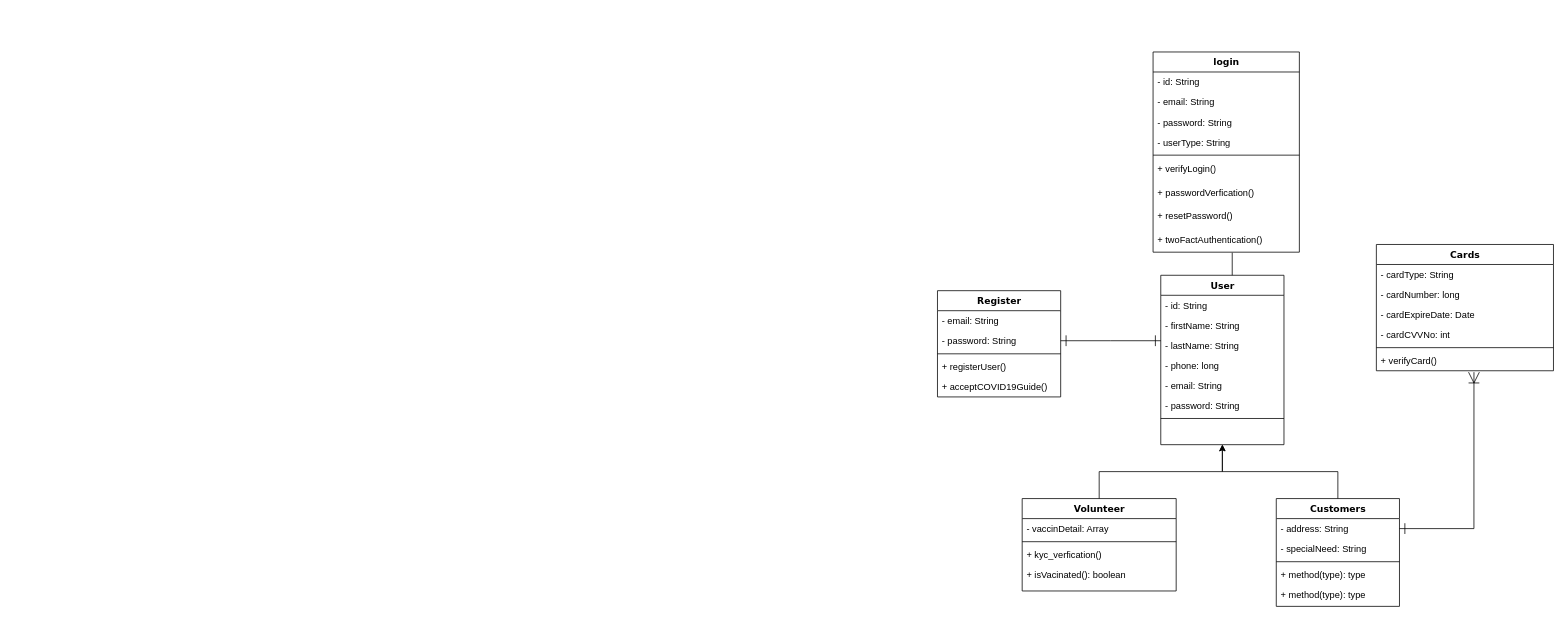
This is Soft40091 CWK - Class Diagram.drawio from AnjeloM/AnjeloM, a draw.io file, before an edit. Source tidied: cells renumbered, new cells numbered last; positions are measured from the earlier drawing's top-left corner, leaving out a move shared by most shapes. Both pictures are drawn from the tidied source at 77%, with x=0, y=0 at pixel (937, 52).
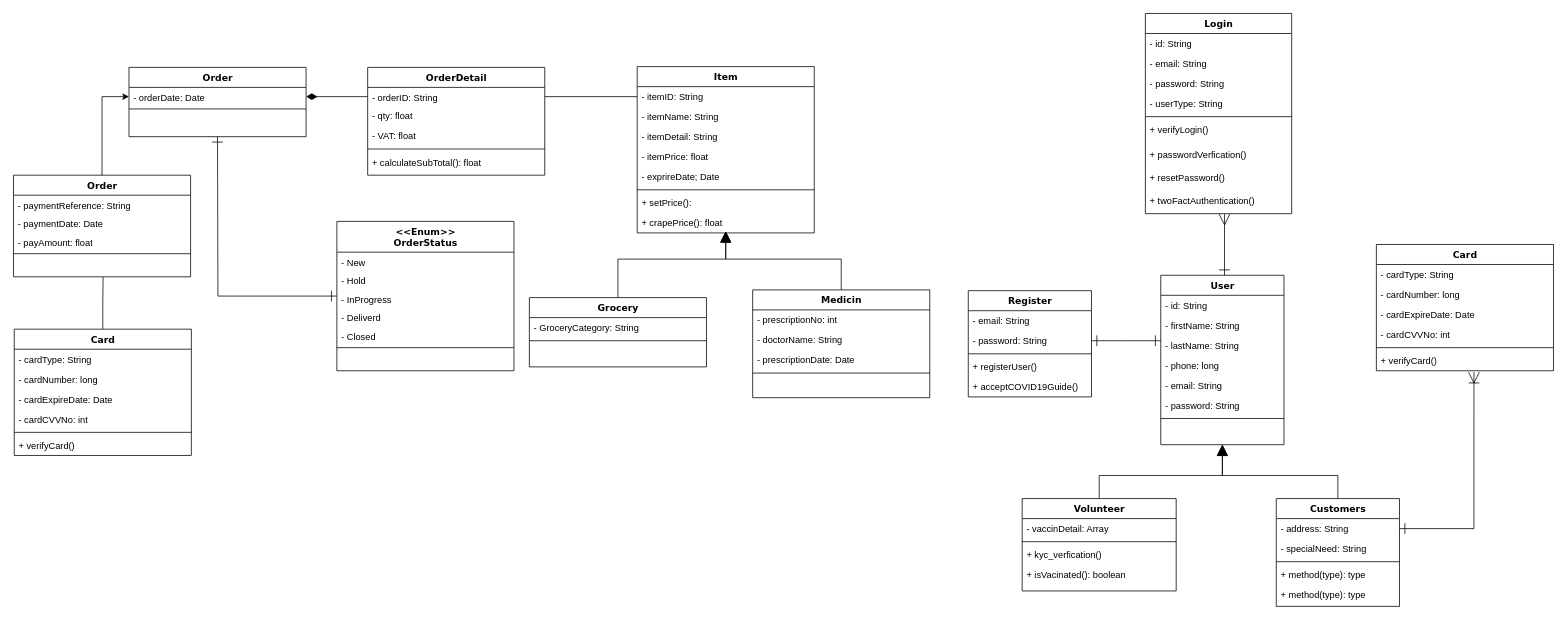
The same diagram, later.

Unchanged cells that the change refers to:
```xml
<mxCell id="3" value="User" style="swimlane;html=1;fontStyle=1;align=center;verticalAlign=top;horizontal=1;startSize=26;swimlaneFillColor=#ffffff;rounded=0;shadow=0;comic=0;labelBackgroundColor=none;strokeWidth=1;fillColor=none;fontFamily=Verdana;fontSize=12;" parent="1" vertex="1">
  <mxGeometry x="290" y="290" width="160" height="220" as="geometry" />
</mxCell>
<mxCell id="12" value="Customers" style="swimlane;html=1;fontStyle=1;align=center;verticalAlign=top;horizontal=1;startSize=26;swimlaneFillColor=#ffffff;rounded=0;shadow=0;comic=0;labelBackgroundColor=none;strokeWidth=1;fillColor=none;fontFamily=Verdana;fontSize=12;" parent="1" vertex="1">
  <mxGeometry x="440" y="580" width="160" height="140" as="geometry" />
</mxCell>
<mxCell id="27" value="+ twoFactAuthentication()" style="text;html=1;strokeColor=none;fillColor=none;align=left;verticalAlign=top;spacingLeft=4;spacingRight=4;whiteSpace=wrap;overflow=hidden;points=[[0,0.5],[1,0.5]];portConstraint=eastwest;" parent="18" vertex="1">
  <mxGeometry y="230" width="190" height="30" as="geometry" />
</mxCell>
<mxCell id="29" value="Volunteer" style="swimlane;html=1;fontStyle=1;align=center;verticalAlign=top;horizontal=1;startSize=26;swimlaneFillColor=#ffffff;rounded=0;shadow=0;comic=0;labelBackgroundColor=none;strokeWidth=1;fillColor=none;fontFamily=Verdana;fontSize=12;" parent="1" vertex="1">
  <mxGeometry x="110" y="580" width="200" height="120" as="geometry" />
</mxCell>
```

Change to the diagram source:
```diff
@@
-    <mxCell id="2" style="edgeStyle=orthogonalEdgeStyle;rounded=0;jettySize=auto;html=1;entryX=0.541;entryY=1.017;entryDx=0;entryDy=0;entryPerimeter=0;endArrow=none;endFill=0;" parent="1" edge="1" source="3" target="27">
+    <mxCell id="2" style="edgeStyle=orthogonalEdgeStyle;rounded=0;jettySize=auto;html=1;entryX=0.541;entryY=1.017;entryDx=0;entryDy=0;entryPerimeter=0;endArrow=ERmany;endFill=0;startArrow=ERone;startFill=0;endSize=12;startSize=12;" parent="1" edge="1" source="3" target="27">
       <mxGeometry relative="1" as="geometry">
         <Array as="points">
           <mxPoint x="369" y="340" />
           <mxPoint x="369" y="340" />
         </Array>
       </mxGeometry>
     </mxCell>
@@
-    <mxCell id="11" style="edgeStyle=orthogonalEdgeStyle;rounded=0;jettySize=auto;html=1;entryX=0.5;entryY=1;entryDx=0;entryDy=0;" parent="1" edge="1" source="12" target="3">
+    <mxCell id="11" style="edgeStyle=orthogonalEdgeStyle;rounded=0;jettySize=auto;html=1;entryX=0.5;entryY=1;entryDx=0;entryDy=0;endSize=12;startSize=12;endArrow=block;endFill=1;" parent="1" edge="1" source="12" target="3">
       <mxGeometry relative="1" as="geometry" />
     </mxCell>
@@
-    <mxCell id="18" value="login" style="swimlane;html=1;fontStyle=1;align=center;verticalAlign=top;horizontal=1;startSize=26;swimlaneFillColor=#ffffff;rounded=0;shadow=0;comic=0;labelBackgroundColor=none;strokeWidth=1;fillColor=none;fontFamily=Verdana;fontSize=12;" parent="1" vertex="1">
-      <mxGeometry x="280" width="190" height="260" as="geometry" />
+    <mxCell id="18" value="Login" style="swimlane;html=1;fontStyle=1;align=center;verticalAlign=top;horizontal=1;startSize=26;swimlaneFillColor=#ffffff;rounded=0;shadow=0;comic=0;labelBackgroundColor=none;strokeWidth=1;fillColor=none;fontFamily=Verdana;fontSize=12;" parent="1" vertex="1">
+      <mxGeometry x="270" y="-50" width="190" height="260" as="geometry" />
     </mxCell>
@@
-    <mxCell id="28" style="edgeStyle=orthogonalEdgeStyle;rounded=0;jettySize=auto;html=1;entryX=0.5;entryY=1;entryDx=0;entryDy=0;" parent="1" edge="1" source="29" target="3">
+    <mxCell id="28" style="edgeStyle=orthogonalEdgeStyle;rounded=0;jettySize=auto;html=1;entryX=0.5;entryY=1;entryDx=0;entryDy=0;endSize=12;startSize=12;endArrow=block;endFill=1;" parent="1" edge="1" source="29" target="3">
       <mxGeometry relative="1" as="geometry" />
     </mxCell>
@@
-    <mxCell id="34" value="Cards" style="swimlane;html=1;fontStyle=1;align=center;verticalAlign=top;horizontal=1;startSize=26;swimlaneFillColor=#ffffff;rounded=0;shadow=0;comic=0;labelBackgroundColor=none;strokeWidth=1;fillColor=none;fontFamily=Verdana;fontSize=12;" parent="1" vertex="1">
+    <mxCell id="34" value="Card" style="swimlane;html=1;fontStyle=1;align=center;verticalAlign=top;horizontal=1;startSize=26;swimlaneFillColor=#ffffff;rounded=0;shadow=0;comic=0;labelBackgroundColor=none;strokeWidth=1;fillColor=none;fontFamily=Verdana;fontSize=12;" parent="1" vertex="1">
       <mxGeometry x="570" y="250" width="230" height="164" as="geometry" />
     </mxCell>
@@
     <mxCell id="41" value="Register" style="swimlane;html=1;fontStyle=1;align=center;verticalAlign=top;horizontal=1;startSize=26;swimlaneFillColor=#ffffff;rounded=0;shadow=0;comic=0;labelBackgroundColor=none;strokeWidth=1;fillColor=none;fontFamily=Verdana;fontSize=12;" parent="1" vertex="1">
-      <mxGeometry y="310" width="160" height="138" as="geometry" />
+      <mxGeometry x="40" y="310" width="160" height="138" as="geometry" />
     </mxCell>
@@
+    <mxCell id="49" value="Item" style="swimlane;html=1;fontStyle=1;align=center;verticalAlign=top;horizontal=1;startSize=26;swimlaneFillColor=#ffffff;rounded=0;shadow=0;comic=0;labelBackgroundColor=none;strokeWidth=1;fillColor=none;fontFamily=Verdana;fontSize=12;" parent="1" vertex="1">
+      <mxGeometry x="-390" y="19" width="230" height="216" as="geometry" />
+    </mxCell>
+    <mxCell id="50" value="- itemID: String" style="text;html=1;strokeColor=none;fillColor=none;align=left;verticalAlign=top;spacingLeft=4;spacingRight=4;whiteSpace=wrap;overflow=hidden;points=[[0,0.5],[1,0.5]];portConstraint=eastwest;" parent="49" vertex="1">
+      <mxGeometry y="26" width="230" height="26" as="geometry" />
+    </mxCell>
+    <mxCell id="51" value="- itemName: String" style="text;html=1;strokeColor=none;fillColor=none;align=left;verticalAlign=top;spacingLeft=4;spacingRight=4;whiteSpace=wrap;overflow=hidden;" parent="49" vertex="1">
+      <mxGeometry y="52" width="230" height="26" as="geometry" />
+    </mxCell>
+    <mxCell id="52" value="- itemDetail: String" style="text;html=1;strokeColor=none;fillColor=none;align=left;verticalAlign=top;spacingLeft=4;spacingRight=4;whiteSpace=wrap;overflow=hidden;" parent="49" vertex="1">
+      <mxGeometry y="78" width="230" height="26" as="geometry" />
+    </mxCell>
+    <mxCell id="53" value="- itemPrice: float" style="text;html=1;strokeColor=none;fillColor=none;align=left;verticalAlign=top;spacingLeft=4;spacingRight=4;whiteSpace=wrap;overflow=hidden;" parent="49" vertex="1">
+      <mxGeometry y="104" width="230" height="26" as="geometry" />
+    </mxCell>
+    <mxCell id="54" value="- exprireDate; Date" style="text;html=1;strokeColor=none;fillColor=none;align=left;verticalAlign=top;spacingLeft=4;spacingRight=4;whiteSpace=wrap;overflow=hidden;" parent="49" vertex="1">
+      <mxGeometry y="130" width="230" height="26" as="geometry" />
+    </mxCell>
+    <mxCell id="55" style="line;html=1;strokeWidth=1;fillColor=none;align=left;verticalAlign=middle;spacingTop=-1;spacingLeft=3;spacingRight=3;labelPosition=right;" parent="49" vertex="1">
+      <mxGeometry y="156" width="230" height="8" as="geometry" />
+    </mxCell>
+    <mxCell id="56" value="+ setPrice():" style="text;html=1;strokeColor=none;fillColor=none;align=left;verticalAlign=top;spacingLeft=4;spacingRight=4;whiteSpace=wrap;overflow=hidden;" parent="49" vertex="1">
+      <mxGeometry y="164" width="230" height="26" as="geometry" />
+    </mxCell>
+    <mxCell id="57" value="+ crapePrice(): float&amp;nbsp;" style="text;html=1;strokeColor=none;fillColor=none;align=left;verticalAlign=top;spacingLeft=4;spacingRight=4;whiteSpace=wrap;overflow=hidden;" parent="49" vertex="1">
+      <mxGeometry y="190" width="230" height="26" as="geometry" />
+    </mxCell>
+    <mxCell id="58" style="edgeStyle=orthogonalEdgeStyle;rounded=0;jettySize=auto;html=1;entryX=0.5;entryY=1;entryDx=0;entryDy=0;endSize=12;startSize=12;endArrow=block;endFill=1;" parent="1" edge="1" source="59">
+      <mxGeometry relative="1" as="geometry">
+        <mxPoint x="-275" y="233" as="targetPoint" />
+        <Array as="points">
+          <mxPoint x="-125" y="269" />
+          <mxPoint x="-275" y="269" />
+        </Array>
+      </mxGeometry>
+    </mxCell>
+    <mxCell id="59" value="Medicin" style="swimlane;html=1;fontStyle=1;align=center;verticalAlign=top;horizontal=1;startSize=26;swimlaneFillColor=#ffffff;rounded=0;shadow=0;comic=0;labelBackgroundColor=none;strokeWidth=1;fillColor=none;fontFamily=Verdana;fontSize=12;" parent="1" vertex="1">
+      <mxGeometry x="-240" y="309" width="230" height="140" as="geometry" />
+    </mxCell>
+    <mxCell id="60" value="- prescriptionNo: int" style="text;html=1;strokeColor=none;fillColor=none;align=left;verticalAlign=top;spacingLeft=4;spacingRight=4;whiteSpace=wrap;overflow=hidden;" parent="59" vertex="1">
+      <mxGeometry y="26" width="230" height="26" as="geometry" />
+    </mxCell>
+    <mxCell id="61" value="- doctorName: String&amp;nbsp;" style="text;html=1;strokeColor=none;fillColor=none;align=left;verticalAlign=top;spacingLeft=4;spacingRight=4;whiteSpace=wrap;overflow=hidden;" parent="59" vertex="1">
+      <mxGeometry y="52" width="230" height="26" as="geometry" />
+    </mxCell>
+    <mxCell id="62" value="- prescriptionDate: Date" style="text;html=1;strokeColor=none;fillColor=none;align=left;verticalAlign=top;spacingLeft=4;spacingRight=4;whiteSpace=wrap;overflow=hidden;" parent="59" vertex="1">
+      <mxGeometry y="78" width="230" height="26" as="geometry" />
+    </mxCell>
+    <mxCell id="63" style="line;html=1;strokeWidth=1;fillColor=none;align=left;verticalAlign=middle;spacingTop=-1;spacingLeft=3;spacingRight=3;labelPosition=right;" parent="59" vertex="1">
+      <mxGeometry y="104" width="230" height="8" as="geometry" />
+    </mxCell>
+    <mxCell id="64" value="&amp;nbsp;" style="text;html=1;strokeColor=none;fillColor=none;align=left;verticalAlign=top;spacingLeft=4;spacingRight=4;whiteSpace=wrap;overflow=hidden;" parent="59" vertex="1">
+      <mxGeometry y="112" width="230" height="26" as="geometry" />
+    </mxCell>
+    <mxCell id="65" value="Grocery" style="swimlane;html=1;fontStyle=1;align=center;verticalAlign=top;horizontal=1;startSize=26;swimlaneFillColor=#ffffff;rounded=0;shadow=0;comic=0;labelBackgroundColor=none;strokeWidth=1;fillColor=none;fontFamily=Verdana;fontSize=12;" parent="1" vertex="1">
+      <mxGeometry x="-530" y="319" width="230" height="90" as="geometry" />
+    </mxCell>
+    <mxCell id="66" value="- GroceryCategory: String" style="text;html=1;strokeColor=none;fillColor=none;align=left;verticalAlign=top;spacingLeft=4;spacingRight=4;whiteSpace=wrap;overflow=hidden;" parent="65" vertex="1">
+      <mxGeometry y="26" width="230" height="26" as="geometry" />
+    </mxCell>
+    <mxCell id="67" style="line;html=1;strokeWidth=1;fillColor=none;align=left;verticalAlign=middle;spacingTop=-1;spacingLeft=3;spacingRight=3;labelPosition=right;" parent="65" vertex="1">
+      <mxGeometry y="52" width="230" height="8" as="geometry" />
+    </mxCell>
+    <mxCell id="68" value="&amp;nbsp;" style="text;html=1;strokeColor=none;fillColor=none;align=left;verticalAlign=top;spacingLeft=4;spacingRight=4;whiteSpace=wrap;overflow=hidden;" parent="65" vertex="1">
+      <mxGeometry y="60" width="230" height="26" as="geometry" />
+    </mxCell>
+    <mxCell id="69" style="edgeStyle=orthogonalEdgeStyle;rounded=0;jettySize=auto;html=1;entryX=0.5;entryY=1;entryDx=0;entryDy=0;endSize=12;startSize=12;endArrow=block;endFill=1;" parent="1" edge="1" source="65">
+      <mxGeometry relative="1" as="geometry">
+        <mxPoint x="-275" y="233" as="targetPoint" />
+        <Array as="points">
+          <mxPoint x="-415" y="269" />
+          <mxPoint x="-275" y="269" />
+        </Array>
+      </mxGeometry>
+    </mxCell>
+    <mxCell id="70" value="OrderDetail" style="swimlane;html=1;fontStyle=1;align=center;verticalAlign=top;horizontal=1;startSize=26;swimlaneFillColor=#ffffff;rounded=0;shadow=0;comic=0;labelBackgroundColor=none;strokeWidth=1;fillColor=none;fontFamily=Verdana;fontSize=12;" parent="1" vertex="1">
+      <mxGeometry x="-740" y="20" width="230" height="140" as="geometry" />
+    </mxCell>
+    <mxCell id="71" value="- orderID: String" style="text;html=1;strokeColor=none;fillColor=none;align=left;verticalAlign=top;spacingLeft=4;spacingRight=4;whiteSpace=wrap;overflow=hidden;points=[[0,0.5],[1,0.5]];portConstraint=eastwest;" parent="70" vertex="1">
+      <mxGeometry y="26" width="230" height="24" as="geometry" />
+    </mxCell>
+    <mxCell id="72" value="- qty: float" style="text;html=1;strokeColor=none;fillColor=none;align=left;verticalAlign=top;spacingLeft=4;spacingRight=4;whiteSpace=wrap;overflow=hidden;" parent="70" vertex="1">
+      <mxGeometry y="50" width="230" height="26" as="geometry" />
+    </mxCell>
+    <mxCell id="73" value="- VAT: float" style="text;html=1;strokeColor=none;fillColor=none;align=left;verticalAlign=top;spacingLeft=4;spacingRight=4;whiteSpace=wrap;overflow=hidden;" parent="70" vertex="1">
+      <mxGeometry y="76" width="230" height="26" as="geometry" />
+    </mxCell>
+    <mxCell id="74" style="line;html=1;strokeWidth=1;fillColor=none;align=left;verticalAlign=middle;spacingTop=-1;spacingLeft=3;spacingRight=3;labelPosition=right;" parent="70" vertex="1">
+      <mxGeometry y="102" width="230" height="8" as="geometry" />
+    </mxCell>
+    <mxCell id="75" value="+ calculateSubTotal(): float" style="text;html=1;strokeColor=none;fillColor=none;align=left;verticalAlign=top;spacingLeft=4;spacingRight=4;whiteSpace=wrap;overflow=hidden;" parent="70" vertex="1">
+      <mxGeometry y="110" width="230" height="26" as="geometry" />
+    </mxCell>
+    <mxCell id="76" value="Order" style="swimlane;html=1;fontStyle=1;align=center;verticalAlign=top;horizontal=1;startSize=26;swimlaneFillColor=#ffffff;rounded=0;shadow=0;comic=0;labelBackgroundColor=none;strokeWidth=1;fillColor=none;fontFamily=Verdana;fontSize=12;" parent="1" vertex="1">
+      <mxGeometry x="-1050" y="20" width="230" height="90" as="geometry" />
+    </mxCell>
+    <mxCell id="77" value="- orderDate: Date" style="text;html=1;strokeColor=none;fillColor=none;align=left;verticalAlign=top;spacingLeft=4;spacingRight=4;whiteSpace=wrap;overflow=hidden;points=[[0,0.5],[1,0.5]];portConstraint=eastwest;" parent="76" vertex="1">
+      <mxGeometry y="26" width="230" height="24" as="geometry" />
+    </mxCell>
+    <mxCell id="78" style="line;html=1;strokeWidth=1;fillColor=none;align=left;verticalAlign=middle;spacingTop=-1;spacingLeft=3;spacingRight=3;labelPosition=right;" parent="76" vertex="1">
+      <mxGeometry y="50" width="230" height="8" as="geometry" />
+    </mxCell>
+    <mxCell id="79" value="&amp;nbsp;" style="text;html=1;strokeColor=none;fillColor=none;align=left;verticalAlign=top;spacingLeft=4;spacingRight=4;whiteSpace=wrap;overflow=hidden;" parent="76" vertex="1">
+      <mxGeometry y="58" width="230" height="26" as="geometry" />
+    </mxCell>
+    <mxCell id="80" style="rounded=0;jettySize=auto;html=1;entryX=1;entryY=0.5;entryDx=0;entryDy=0;endArrow=diamondThin;endFill=1;endSize=12;startSize=12;" parent="1" edge="1" source="71" target="77">
+      <mxGeometry relative="1" as="geometry" />
+    </mxCell>
+    <mxCell id="81" style="edgeStyle=orthogonalEdgeStyle;rounded=0;jettySize=auto;html=1;entryX=1;entryY=0.5;entryDx=0;entryDy=0;endArrow=none;endFill=0;" parent="1" edge="1" source="50" target="71">
+      <mxGeometry relative="1" as="geometry" />
+    </mxCell>
+    <mxCell id="82" style="edgeStyle=orthogonalEdgeStyle;rounded=0;jettySize=auto;html=1;endArrow=ERone;endFill=0;startArrow=ERone;startFill=0;endSize=12;startSize=12;" parent="1" edge="1" source="83">
+      <mxGeometry relative="1" as="geometry">
+        <mxPoint x="-935" y="110" as="targetPoint" />
+      </mxGeometry>
+    </mxCell>
+    <mxCell id="83" value="&amp;lt;&amp;lt;Enum&amp;gt;&amp;gt;&lt;div&gt;OrderStatus&lt;/div&gt;" style="swimlane;html=1;fontStyle=1;align=center;verticalAlign=top;horizontal=1;startSize=40;swimlaneFillColor=#ffffff;rounded=0;shadow=0;comic=0;labelBackgroundColor=none;strokeWidth=1;fillColor=none;fontFamily=Verdana;fontSize=12;" parent="1" vertex="1">
+      <mxGeometry x="-780" y="220" width="230" height="194" as="geometry" />
+    </mxCell>
+    <mxCell id="84" value="- New" style="text;html=1;strokeColor=none;fillColor=none;align=left;verticalAlign=top;spacingLeft=4;spacingRight=4;whiteSpace=wrap;overflow=hidden;" parent="83" vertex="1">
+      <mxGeometry y="40" width="230" height="24" as="geometry" />
+    </mxCell>
+    <mxCell id="85" value="- Hold" style="text;html=1;strokeColor=none;fillColor=none;align=left;verticalAlign=top;spacingLeft=4;spacingRight=4;whiteSpace=wrap;overflow=hidden;" parent="83" vertex="1">
+      <mxGeometry y="64" width="230" height="24" as="geometry" />
+    </mxCell>
+    <mxCell id="86" value="- InProgress" style="text;html=1;strokeColor=none;fillColor=none;align=left;verticalAlign=top;spacingLeft=4;spacingRight=4;whiteSpace=wrap;overflow=hidden;" parent="83" vertex="1">
+      <mxGeometry y="88" width="230" height="24" as="geometry" />
+    </mxCell>
+    <mxCell id="87" value="- Deliverd" style="text;html=1;strokeColor=none;fillColor=none;align=left;verticalAlign=top;spacingLeft=4;spacingRight=4;whiteSpace=wrap;overflow=hidden;" parent="83" vertex="1">
+      <mxGeometry y="112" width="230" height="24" as="geometry" />
+    </mxCell>
+    <mxCell id="88" value="- Closed" style="text;html=1;strokeColor=none;fillColor=none;align=left;verticalAlign=top;spacingLeft=4;spacingRight=4;whiteSpace=wrap;overflow=hidden;" parent="83" vertex="1">
+      <mxGeometry y="136" width="230" height="24" as="geometry" />
+    </mxCell>
+    <mxCell id="89" style="line;html=1;strokeWidth=1;fillColor=none;align=left;verticalAlign=middle;spacingTop=-1;spacingLeft=3;spacingRight=3;labelPosition=right;" parent="83" vertex="1">
+      <mxGeometry y="160" width="230" height="8" as="geometry" />
+    </mxCell>
+    <mxCell id="90" value="&amp;nbsp;" style="text;html=1;strokeColor=none;fillColor=none;align=left;verticalAlign=top;spacingLeft=4;spacingRight=4;whiteSpace=wrap;overflow=hidden;" parent="83" vertex="1">
+      <mxGeometry y="168" width="230" height="26" as="geometry" />
+    </mxCell>
+    <mxCell id="91" style="edgeStyle=orthogonalEdgeStyle;rounded=0;jettySize=auto;html=1;entryX=0;entryY=0.5;entryDx=0;entryDy=0;" parent="1" edge="1" source="92" target="77">
+      <mxGeometry relative="1" as="geometry" />
+    </mxCell>
+    <mxCell id="92" value="Order" style="swimlane;html=1;fontStyle=1;align=center;verticalAlign=top;horizontal=1;startSize=26;swimlaneFillColor=#ffffff;rounded=0;shadow=0;comic=0;labelBackgroundColor=none;strokeWidth=1;fillColor=none;fontFamily=Verdana;fontSize=12;" parent="1" vertex="1">
+      <mxGeometry x="-1200" y="160" width="230" height="132" as="geometry" />
+    </mxCell>
+    <mxCell id="93" value="- paymentReference: String" style="text;html=1;strokeColor=none;fillColor=none;align=left;verticalAlign=top;spacingLeft=4;spacingRight=4;whiteSpace=wrap;overflow=hidden;" parent="92" vertex="1">
+      <mxGeometry y="26" width="230" height="24" as="geometry" />
+    </mxCell>
+    <mxCell id="94" value="- paymentDate: Date" style="text;html=1;strokeColor=none;fillColor=none;align=left;verticalAlign=top;spacingLeft=4;spacingRight=4;whiteSpace=wrap;overflow=hidden;" parent="92" vertex="1">
+      <mxGeometry y="50" width="230" height="24" as="geometry" />
+    </mxCell>
+    <mxCell id="95" value="- payAmount: float" style="text;html=1;strokeColor=none;fillColor=none;align=left;verticalAlign=top;spacingLeft=4;spacingRight=4;whiteSpace=wrap;overflow=hidden;" parent="92" vertex="1">
+      <mxGeometry y="74" width="230" height="24" as="geometry" />
+    </mxCell>
+    <mxCell id="96" style="line;html=1;strokeWidth=1;fillColor=none;align=left;verticalAlign=middle;spacingTop=-1;spacingLeft=3;spacingRight=3;labelPosition=right;" parent="92" vertex="1">
+      <mxGeometry y="98" width="230" height="8" as="geometry" />
+    </mxCell>
+    <mxCell id="97" value="&amp;nbsp;" style="text;html=1;strokeColor=none;fillColor=none;align=left;verticalAlign=top;spacingLeft=4;spacingRight=4;whiteSpace=wrap;overflow=hidden;points=[[0,0.5],[1,0.5]];portConstraint=eastwest;" parent="92" vertex="1">
+      <mxGeometry y="106" width="230" height="26" as="geometry" />
+    </mxCell>
+    <mxCell id="98" value="Card" style="swimlane;html=1;fontStyle=1;align=center;verticalAlign=top;horizontal=1;startSize=26;swimlaneFillColor=#ffffff;rounded=0;shadow=0;comic=0;labelBackgroundColor=none;strokeWidth=1;fillColor=none;fontFamily=Verdana;fontSize=12;" parent="1" vertex="1">
+      <mxGeometry x="-1199" y="360" width="230" height="164" as="geometry" />
+    </mxCell>
+    <mxCell id="99" value="- cardType: String" style="text;html=1;strokeColor=none;fillColor=none;align=left;verticalAlign=top;spacingLeft=4;spacingRight=4;whiteSpace=wrap;overflow=hidden;" parent="98" vertex="1">
+      <mxGeometry y="26" width="230" height="26" as="geometry" />
+    </mxCell>
+    <mxCell id="100" value="- cardNumber: long" style="text;html=1;strokeColor=none;fillColor=none;align=left;verticalAlign=top;spacingLeft=4;spacingRight=4;whiteSpace=wrap;overflow=hidden;" parent="98" vertex="1">
+      <mxGeometry y="52" width="230" height="26" as="geometry" />
+    </mxCell>
+    <mxCell id="101" value="- cardExpireDate: Date" style="text;html=1;strokeColor=none;fillColor=none;align=left;verticalAlign=top;spacingLeft=4;spacingRight=4;whiteSpace=wrap;overflow=hidden;" parent="98" vertex="1">
+      <mxGeometry y="78" width="230" height="26" as="geometry" />
+    </mxCell>
+    <mxCell id="102" value="- cardCVVNo: int" style="text;html=1;strokeColor=none;fillColor=none;align=left;verticalAlign=top;spacingLeft=4;spacingRight=4;whiteSpace=wrap;overflow=hidden;" parent="98" vertex="1">
+      <mxGeometry y="104" width="230" height="26" as="geometry" />
+    </mxCell>
+    <mxCell id="103" style="line;html=1;strokeWidth=1;fillColor=none;align=left;verticalAlign=middle;spacingTop=-1;spacingLeft=3;spacingRight=3;labelPosition=right;" parent="98" vertex="1">
+      <mxGeometry y="130" width="230" height="8" as="geometry" />
+    </mxCell>
+    <mxCell id="104" value="+ verifyCard()" style="text;html=1;strokeColor=none;fillColor=none;align=left;verticalAlign=top;spacingLeft=4;spacingRight=4;whiteSpace=wrap;overflow=hidden;" parent="98" vertex="1">
+      <mxGeometry y="138" width="230" height="26" as="geometry" />
+    </mxCell>
+    <mxCell id="105" style="edgeStyle=orthogonalEdgeStyle;rounded=0;jettySize=auto;html=1;entryX=0.506;entryY=1.02;entryDx=0;entryDy=0;entryPerimeter=0;endArrow=none;endFill=0;" parent="1" edge="1" source="98" target="97">
+      <mxGeometry relative="1" as="geometry" />
+    </mxCell>
```
